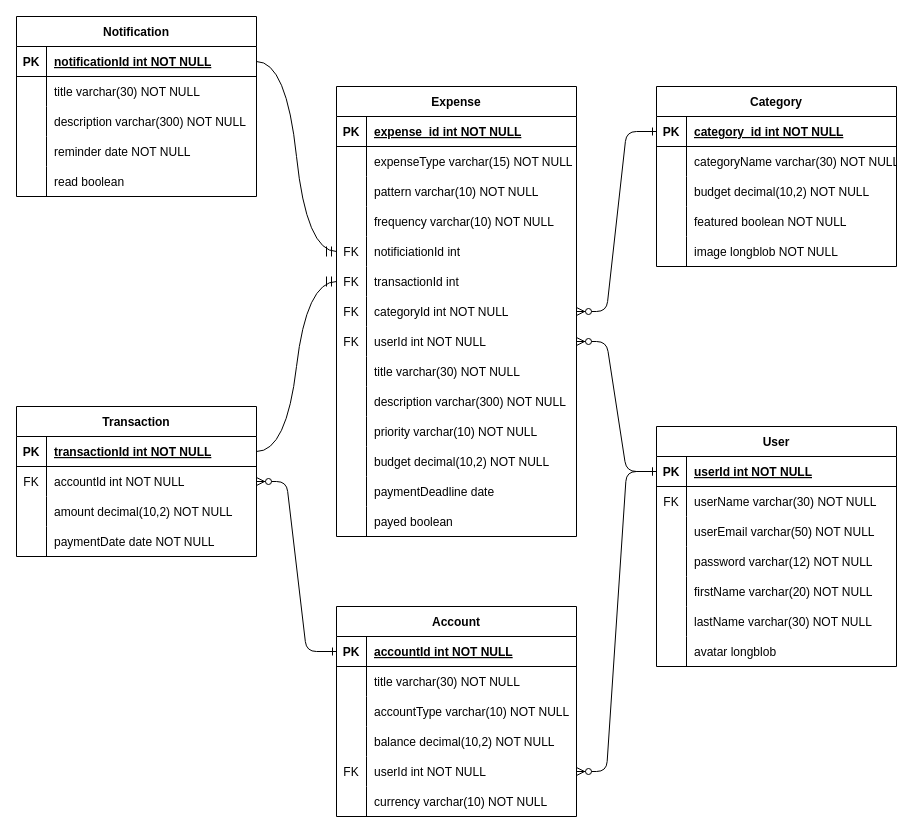
Earlier version of the draw.io diagram documentation/diagrams/expense-tracker-erd.drawio (ahmadmoumneh/expense-tracker). Source tidied: cells renumbered, new cells numbered last; positions are measured from the earlier drawing's top-left corner, leaving out a move shared by most shapes. Both pictures are drawn from the tidied source at 100%, with x=0, y=0 at pixel (16, 16).
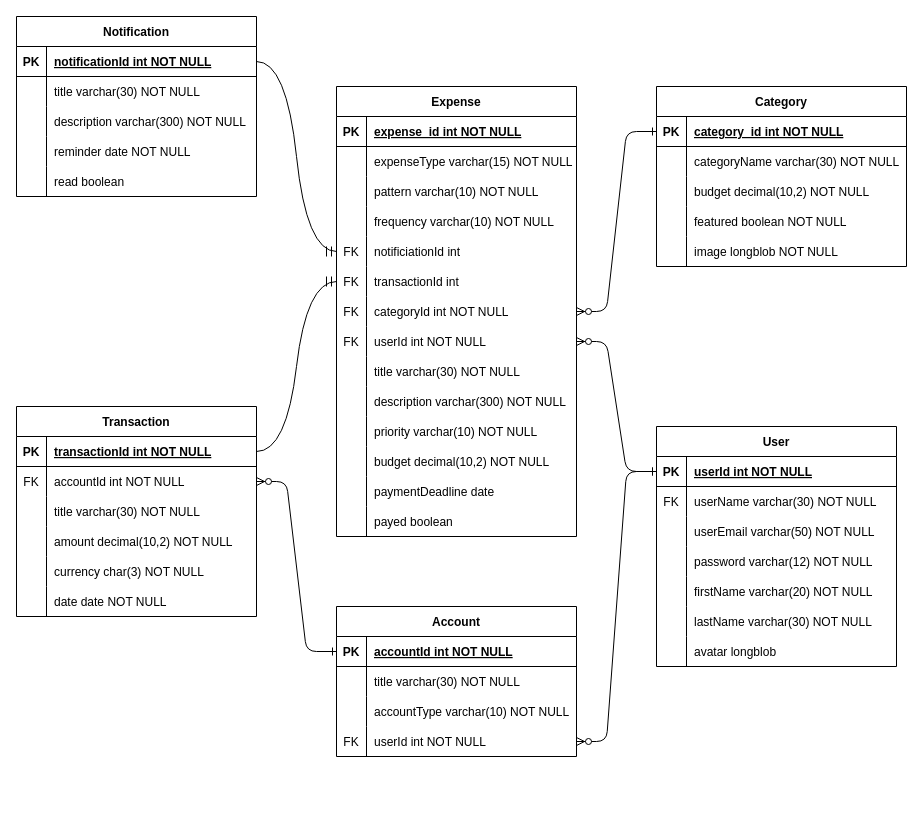
Above is the later version.

The change refers to these unchanged cells:
```xml
<mxCell id="111" style="shape=partialRectangle;fillColor=none;top=0;left=0;right=0;bottom=0;" parent="104" vertex="1">
  <mxGeometry y="90" width="240" height="30" as="geometry" />
</mxCell>
```

The edit, as a diff of the source:
```diff
@@
     <mxCell id="2" value="Category" style="shape=table;startSize=30;childLayout=tableLayout;rowLines=0;fontStyle=1;align=center;" parent="1" vertex="1">
-      <mxGeometry x="640" y="70" width="240" height="180" as="geometry" />
+      <mxGeometry x="640" y="70" width="250" height="180" as="geometry" />
     </mxCell>
     <mxCell id="3" style="shape=partialRectangle;fillColor=none;points=[[0,0.5],[1,0.5]];portConstraint=eastwest;top=0;left=0;right=0;bottom=1;" parent="2" vertex="1">
-      <mxGeometry y="30" width="240" height="30" as="geometry" />
+      <mxGeometry y="30" width="250" height="30" as="geometry" />
     </mxCell>
@@
     <mxCell id="5" value="category_id int NOT NULL " style="shape=partialRectangle;overflow=hidden;fillColor=none;top=0;left=0;bottom=0;right=0;align=left;spacingLeft=6;fontStyle=5;" parent="3" vertex="1">
-      <mxGeometry x="30" width="210" height="30" as="geometry" />
+      <mxGeometry x="30" width="220" height="30" as="geometry" />
     </mxCell>
     <mxCell id="6" style="shape=partialRectangle;fillColor=none;top=0;left=0;right=0;bottom=0;" parent="2" vertex="1">
-      <mxGeometry y="60" width="240" height="30" as="geometry" />
+      <mxGeometry y="60" width="250" height="30" as="geometry" />
     </mxCell>
@@
     <mxCell id="8" value="categoryName varchar(30) NOT NULL" style="shape=partialRectangle;overflow=hidden;fillColor=none;top=0;left=0;bottom=0;right=0;align=left;spacingLeft=6;" parent="6" vertex="1">
-      <mxGeometry x="30" width="210" height="30" as="geometry" />
+      <mxGeometry x="30" width="220" height="30" as="geometry" />
     </mxCell>
     <mxCell id="9" style="shape=partialRectangle;fillColor=none;top=0;left=0;right=0;bottom=0;" parent="2" vertex="1">
-      <mxGeometry y="90" width="240" height="30" as="geometry" />
+      <mxGeometry y="90" width="250" height="30" as="geometry" />
     </mxCell>
@@
     <mxCell id="11" value="budget decimal(10,2) NOT NULL" style="shape=partialRectangle;overflow=hidden;fillColor=none;top=0;left=0;bottom=0;right=0;align=left;spacingLeft=6;" parent="9" vertex="1">
-      <mxGeometry x="30" width="210" height="30" as="geometry" />
+      <mxGeometry x="30" width="220" height="30" as="geometry" />
     </mxCell>
     <mxCell id="12" style="shape=partialRectangle;fillColor=none;top=0;left=0;right=0;bottom=0;" parent="2" vertex="1">
-      <mxGeometry y="120" width="240" height="30" as="geometry" />
+      <mxGeometry y="120" width="250" height="30" as="geometry" />
     </mxCell>
@@
     <mxCell id="14" value="featured boolean NOT NULL" style="shape=partialRectangle;overflow=hidden;fillColor=none;top=0;left=0;bottom=0;right=0;align=left;spacingLeft=6;" parent="12" vertex="1">
-      <mxGeometry x="30" width="210" height="30" as="geometry" />
+      <mxGeometry x="30" width="220" height="30" as="geometry" />
     </mxCell>
     <mxCell id="15" style="shape=partialRectangle;fillColor=none;top=0;left=0;right=0;bottom=0;" parent="2" vertex="1">
-      <mxGeometry y="150" width="240" height="30" as="geometry" />
+      <mxGeometry y="150" width="250" height="30" as="geometry" />
     </mxCell>
@@
     <mxCell id="17" value="image longblob NOT NULL" style="shape=partialRectangle;overflow=hidden;fillColor=none;top=0;left=0;bottom=0;right=0;align=left;spacingLeft=6;" parent="15" vertex="1">
-      <mxGeometry x="30" width="210" height="30" as="geometry" />
+      <mxGeometry x="30" width="220" height="30" as="geometry" />
     </mxCell>
@@
     <mxCell id="84" value="Account" style="shape=table;startSize=30;childLayout=tableLayout;rowLines=0;fontStyle=1;align=center;" parent="1" vertex="1">
-      <mxGeometry x="320" y="590" width="240" height="210" as="geometry" />
+      <mxGeometry x="320" y="590" width="240" height="150" as="geometry" />
     </mxCell>
@@
-    <mxCell id="94" style="shape=partialRectangle;fillColor=none;top=0;left=0;right=0;bottom=0;" parent="84" vertex="1">
-      <mxGeometry y="120" width="240" height="30" as="geometry" />
-    </mxCell>
-    <mxCell id="95" style="shape=partialRectangle;overflow=hidden;fillColor=none;top=0;left=0;bottom=0;right=0;" parent="94" vertex="1">
-      <mxGeometry width="30" height="30" as="geometry" />
-    </mxCell>
-    <mxCell id="96" value="balance decimal(10,2) NOT NULL" style="shape=partialRectangle;overflow=hidden;fillColor=none;top=0;left=0;bottom=0;right=0;align=left;spacingLeft=6;" parent="94" vertex="1">
-      <mxGeometry x="30" width="210" height="30" as="geometry" />
-    </mxCell>
     <mxCell id="97" style="shape=partialRectangle;fillColor=none;points=[[0,0.5],[1,0.5]];portConstraint=eastwest;top=0;left=0;right=0;bottom=0;" parent="84" vertex="1">
-      <mxGeometry y="150" width="240" height="30" as="geometry" />
+      <mxGeometry y="120" width="240" height="30" as="geometry" />
     </mxCell>
@@
-    <mxCell id="100" style="shape=partialRectangle;fillColor=none;top=0;left=0;right=0;bottom=0;" parent="84" vertex="1">
-      <mxGeometry y="180" width="240" height="30" as="geometry" />
-    </mxCell>
-    <mxCell id="101" style="shape=partialRectangle;overflow=hidden;fillColor=none;top=0;left=0;bottom=0;right=0;" parent="100" vertex="1">
-      <mxGeometry width="30" height="30" as="geometry" />
-    </mxCell>
-    <mxCell id="102" value="currency varchar(10) NOT NULL" style="shape=partialRectangle;overflow=hidden;fillColor=none;top=0;left=0;bottom=0;right=0;align=left;spacingLeft=6;" parent="100" vertex="1">
-      <mxGeometry x="30" width="210" height="30" as="geometry" />
-    </mxCell>
@@
     <mxCell id="104" value="Transaction" style="shape=table;startSize=30;childLayout=tableLayout;rowLines=0;fontStyle=1;align=center;" parent="1" vertex="1">
-      <mxGeometry y="390" width="240" height="150" as="geometry" />
+      <mxGeometry y="390" width="240" height="210" as="geometry" />
     </mxCell>
@@
-    <mxCell id="112" style="shape=partialRectangle;overflow=hidden;fillColor=none;top=0;left=0;bottom=0;right=0;" parent="111" vertex="1">
-      <mxGeometry width="30" height="30" as="geometry" />
-    </mxCell>
+    <mxCell id="137" style="shape=partialRectangle;overflow=hidden;fillColor=none;top=0;left=0;bottom=0;right=0;" parent="111" vertex="1">
+      <mxGeometry width="30" height="30" as="geometry" />
+    </mxCell>
+    <mxCell id="138" value="title varchar(30) NOT NULL" style="shape=partialRectangle;overflow=hidden;fillColor=none;top=0;left=0;bottom=0;right=0;align=left;spacingLeft=6;" parent="111" vertex="1">
+      <mxGeometry x="30" width="210" height="30" as="geometry" />
+    </mxCell>
+    <mxCell id="94" style="shape=partialRectangle;fillColor=none;top=0;left=0;right=0;bottom=0;" parent="104" vertex="1">
+      <mxGeometry y="120" width="240" height="30" as="geometry" />
+    </mxCell>
+    <mxCell id="139" style="shape=partialRectangle;overflow=hidden;fillColor=none;top=0;left=0;bottom=0;right=0;" parent="94" vertex="1">
+      <mxGeometry width="30" height="30" as="geometry" />
+    </mxCell>
-    <mxCell id="113" value="amount decimal(10,2) NOT NULL" style="shape=partialRectangle;overflow=hidden;fillColor=none;top=0;left=0;bottom=0;right=0;align=left;spacingLeft=6;" parent="111" vertex="1">
+    <mxCell id="113" value="amount decimal(10,2) NOT NULL" style="shape=partialRectangle;overflow=hidden;fillColor=none;top=0;left=0;bottom=0;right=0;align=left;spacingLeft=6;" parent="94" vertex="1">
       <mxGeometry x="30" width="210" height="30" as="geometry" />
     </mxCell>
+    <mxCell id="140" style="shape=partialRectangle;fillColor=none;top=0;left=0;right=0;bottom=0;" parent="104" vertex="1">
+      <mxGeometry y="150" width="240" height="30" as="geometry" />
+    </mxCell>
+    <mxCell id="141" style="shape=partialRectangle;overflow=hidden;fillColor=none;top=0;left=0;bottom=0;right=0;" parent="140" vertex="1">
+      <mxGeometry width="30" height="30" as="geometry" />
+    </mxCell>
+    <mxCell id="142" value="currency char(3) NOT NULL" style="shape=partialRectangle;overflow=hidden;fillColor=none;top=0;left=0;bottom=0;right=0;align=left;spacingLeft=6;" parent="140" vertex="1">
+      <mxGeometry x="30" width="210" height="30" as="geometry" />
+    </mxCell>
     <mxCell id="114" style="shape=partialRectangle;fillColor=none;top=0;left=0;right=0;bottom=0;" parent="104" vertex="1">
-      <mxGeometry y="120" width="240" height="30" as="geometry" />
+      <mxGeometry y="180" width="240" height="30" as="geometry" />
     </mxCell>
@@
-    <mxCell id="116" value="paymentDate date NOT NULL" style="shape=partialRectangle;overflow=hidden;fillColor=none;top=0;left=0;bottom=0;right=0;align=left;spacingLeft=6;" parent="114" vertex="1">
+    <mxCell id="116" value="date date NOT NULL" style="shape=partialRectangle;overflow=hidden;fillColor=none;top=0;left=0;bottom=0;right=0;align=left;spacingLeft=6;" parent="114" vertex="1">
       <mxGeometry x="30" width="210" height="30" as="geometry" />
     </mxCell>
```
